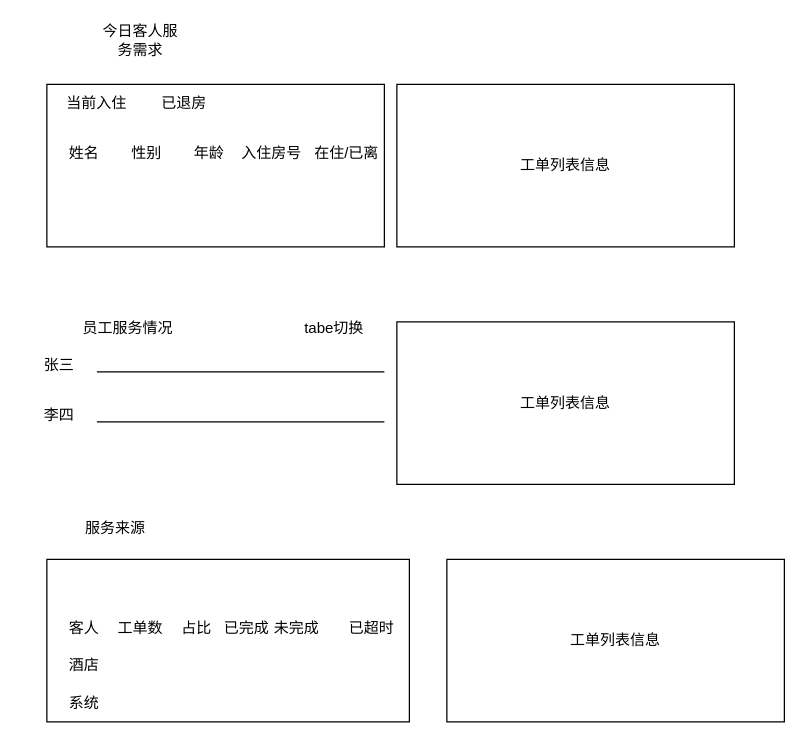
Above: xzzh/服务管家今日数据大屏补全数据.drawio in daniel-7d/draw (draw.io), before the change. Source tidied: cells renumbered, new cells numbered last; positions are measured from the earlier drawing's top-left corner, leaving out a move shared by most shapes. Both pictures are drawn from the tidied source at 125%, with x=0, y=0 at pixel (21, 21).
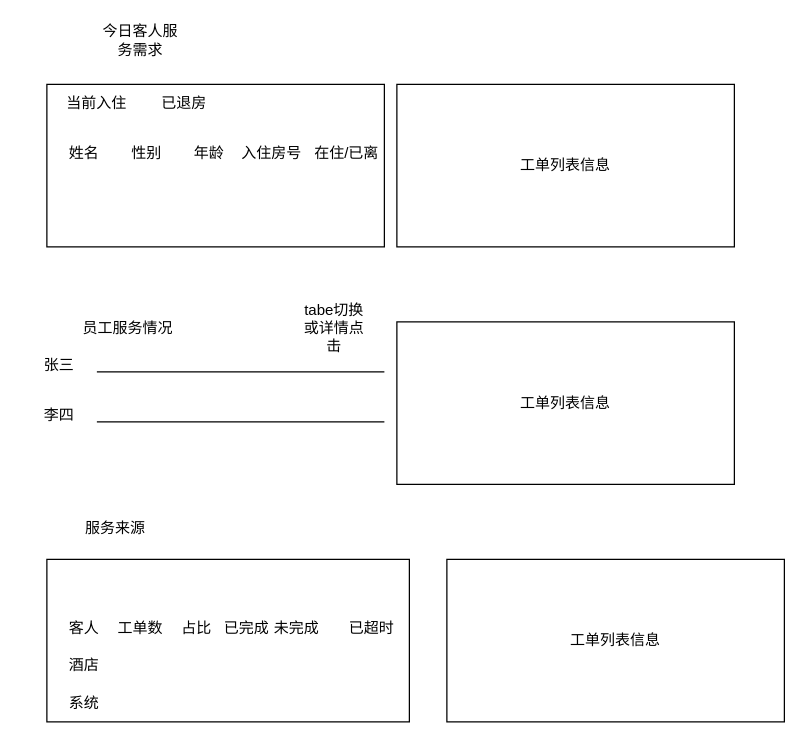
The same diagram, later.

Commit message:
更新服务管家今日数据大屏补全数据.drawio

What changed in the source:
```diff
@@
-    <mxCell id="18" value="tabe切换" style="text;html=1;align=center;verticalAlign=middle;whiteSpace=wrap;rounded=0;" parent="1" vertex="1">
+    <mxCell id="18" value="tabe切换或详情点击" style="text;html=1;align=center;verticalAlign=middle;whiteSpace=wrap;rounded=0;" parent="1" vertex="1">
       <mxGeometry x="220" y="230" width="60" height="30" as="geometry" />
     </mxCell>
```
